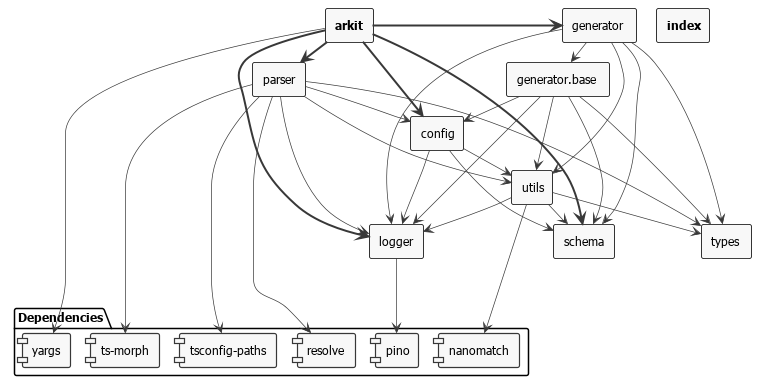
dyatko/arkit keeps this PlantUML diagram as dist/arkit.png. Above is the earlier version.
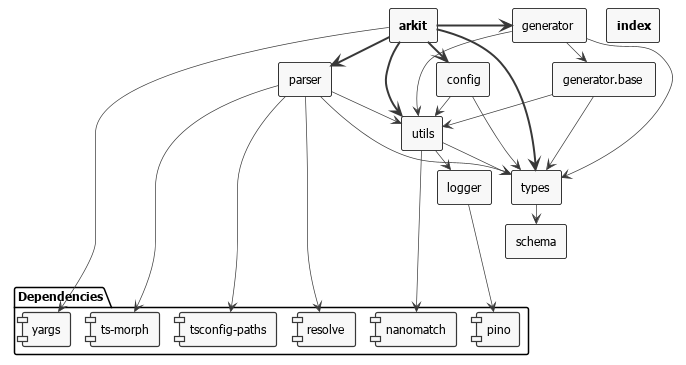
The same file after the commit.

Diff of the diagram source:
```diff
@@ -50,34 +50,26 @@
 
 _arkit => _config
 _arkit => _generator
-_arkit => _logger
 _arkit => _parser
-_arkit => _schema
+_arkit => _types
+_arkit => _utils
 _arkit ----> [yargs]
-_config --> _logger
-_config --> _schema
+_config --> _types
 _config --> _utils
 _generator --> _generator_base
-_generator --> _logger
-_generator --> _schema
 _generator --> _types
 _generator --> _utils
-_generator_base --> _config
-_generator_base --> _logger
-_generator_base --> _schema
 _generator_base --> _types
 _generator_base --> _utils
 _logger ----> [pino]
-_parser --> _config
-_parser --> _logger
 _parser ----> [resolve]
 _parser ----> [ts-morph]
 _parser ----> [tsconfig-paths]
 _parser --> _types
 _parser --> _utils
+_types --> _schema
 _utils --> _logger
 _utils ----> [nanomatch]
-_utils --> _schema
 _utils --> _types
 
 @enduml
```
